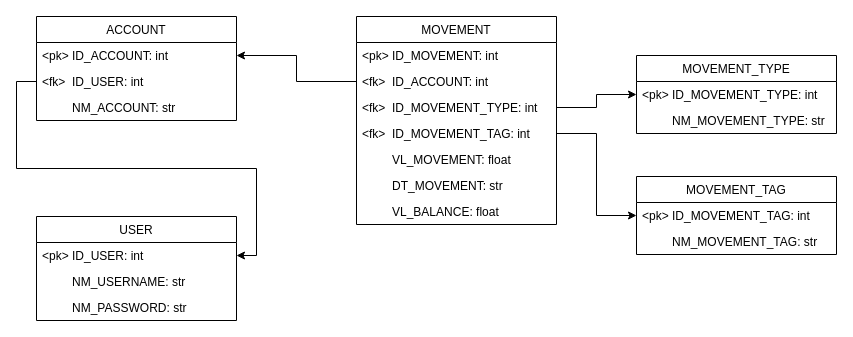
Above: backend/core/database/schema.drawio in senavs/ctrl-finances (draw.io), before the change. Source tidied: cells renumbered, new cells numbered last; positions are measured from the earlier drawing's top-left corner, leaving out a move shared by most shapes. Both pictures are drawn from the tidied source at 100%, with x=0, y=0 at pixel (36, 16).
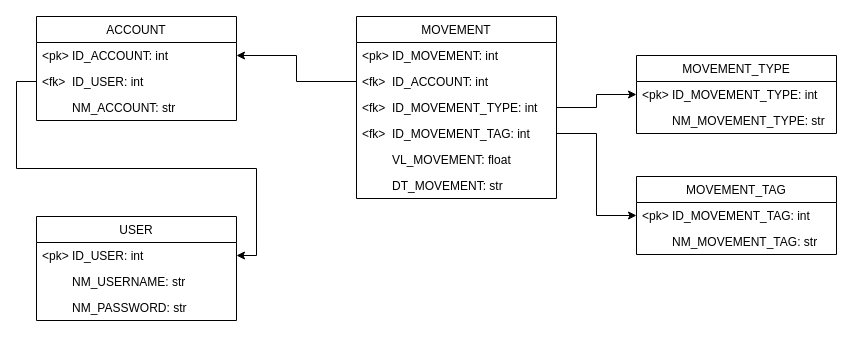
After the change.

Change to the diagram source:
```diff
@@
     <mxCell id="10" value="MOVEMENT" style="swimlane;fontStyle=0;horizontal=1;startSize=26;fillColor=none;" parent="1" vertex="1">
-      <mxGeometry x="320" width="200" height="208" as="geometry" />
+      <mxGeometry x="320" width="200" height="182" as="geometry" />
     </mxCell>
@@
-    <mxCell id="17" value="         VL_BALANCE: float" style="text;strokeColor=none;fillColor=none;align=left;verticalAlign=top;spacingLeft=4;spacingRight=4;overflow=hidden;" parent="10" vertex="1">
-      <mxGeometry y="182" width="200" height="26" as="geometry" />
-    </mxCell>
```
